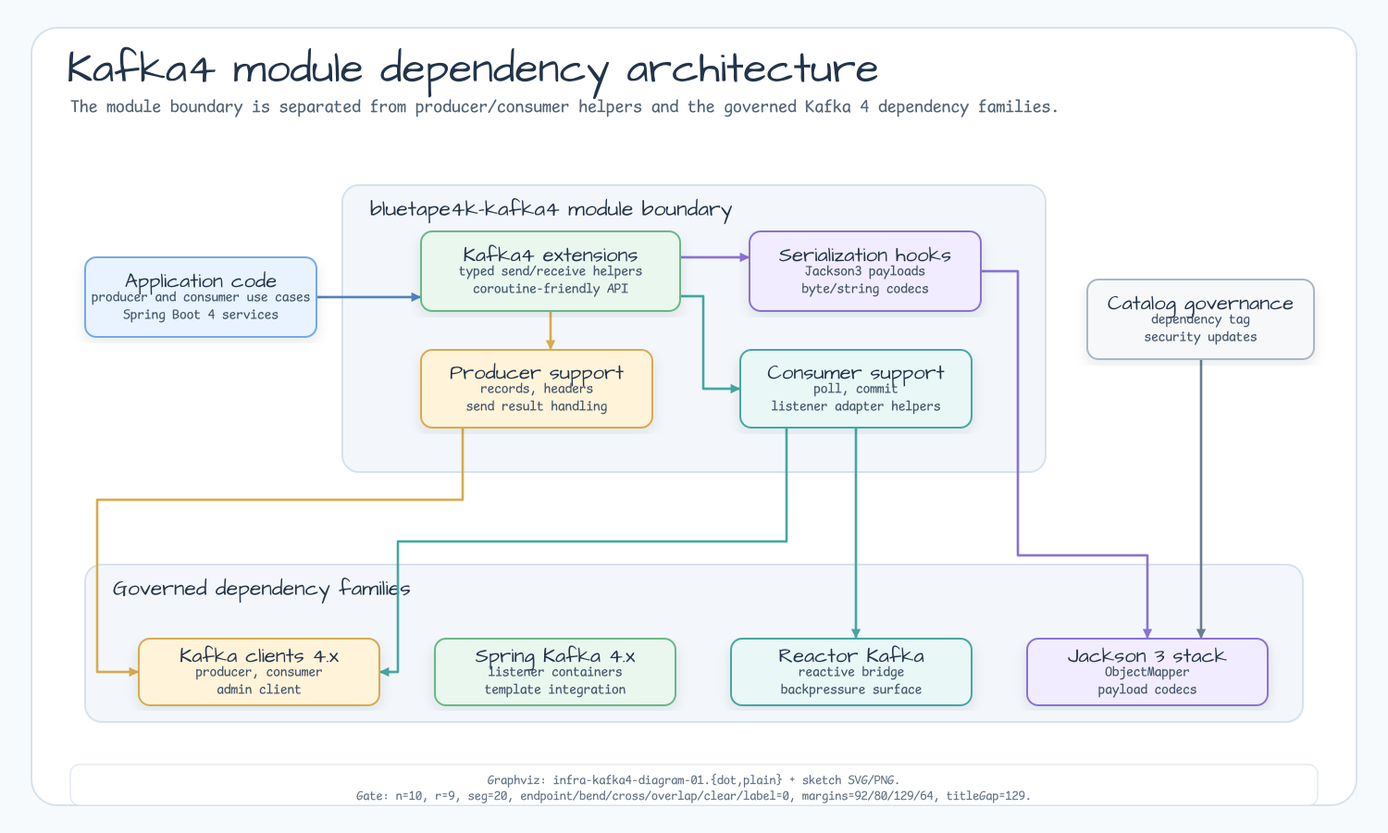
Above: docs/images/readme-diagrams/infra-kafka4-diagram-01.png in bluetape4k/bluetape4k-projects (Graphviz), before the change. Its source is kept beside it as docs/images/readme-diagrams/infra-kafka4-diagram-01.dot.
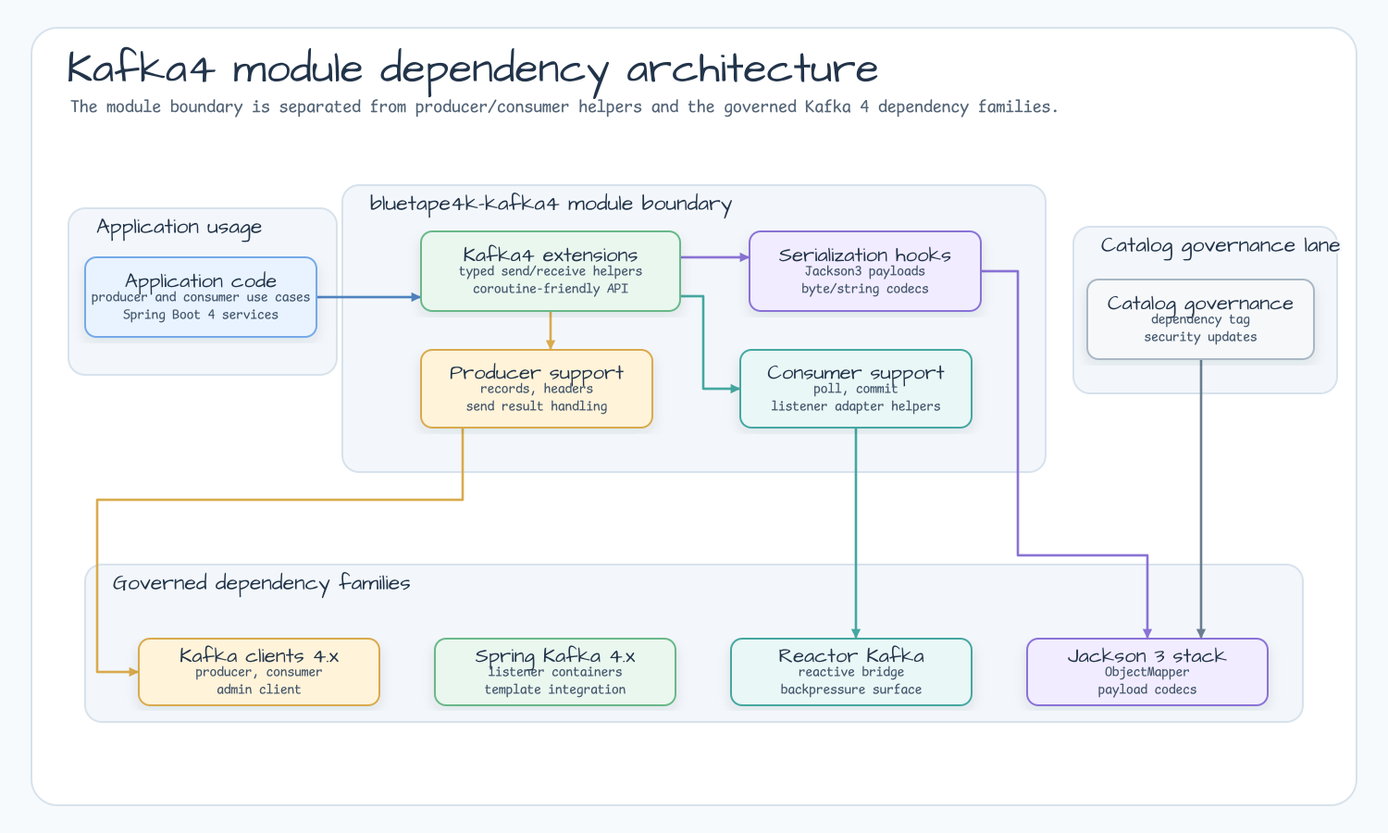
After the commit.

The edit, as a diff of the source:
```diff
@@ -17,7 +17,6 @@
   "entry" -> "consumer" [color="#45A7A1"];
   "entry" -> "serialization" [color="#8A72D6"];
   "producer" -> "kafka-clients" [color="#D9AA4D"];
-  "consumer" -> "kafka-clients" [color="#45A7A1"];
   "consumer" -> "reactor-kafka" [color="#45A7A1"];
   "serialization" -> "json-stack" [color="#8A72D6"];
   "governance" -> "json-stack" [color="#6B7D90"];
```
